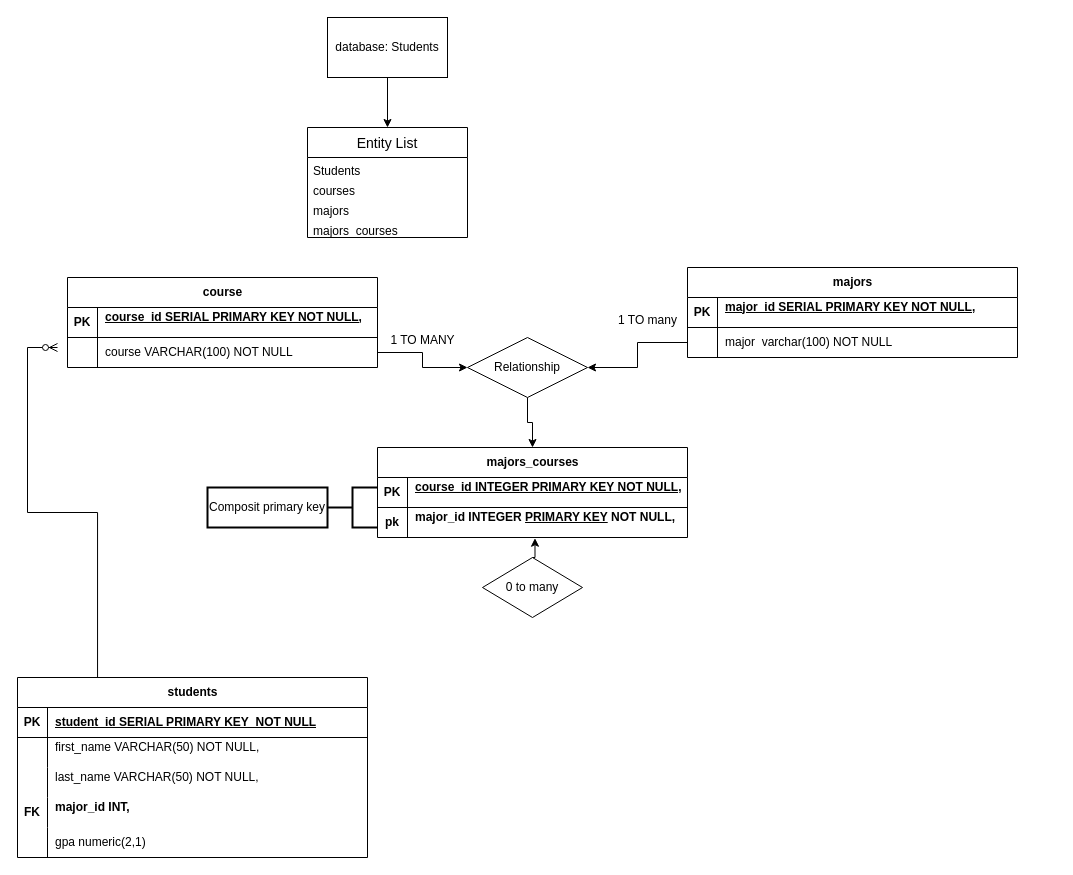
Earlier version of the draw.io diagram sqlDatabaseP1&P2/Untitled Diagram.drawio (zishan344/free_code_camp_relitonal_database). Source tidied: cells renumbered, new cells numbered last; positions are measured from the earlier drawing's top-left corner, leaving out a move shared by most shapes. Both pictures are drawn from the tidied source at 100%, with x=0, y=0 at pixel (17, 17).
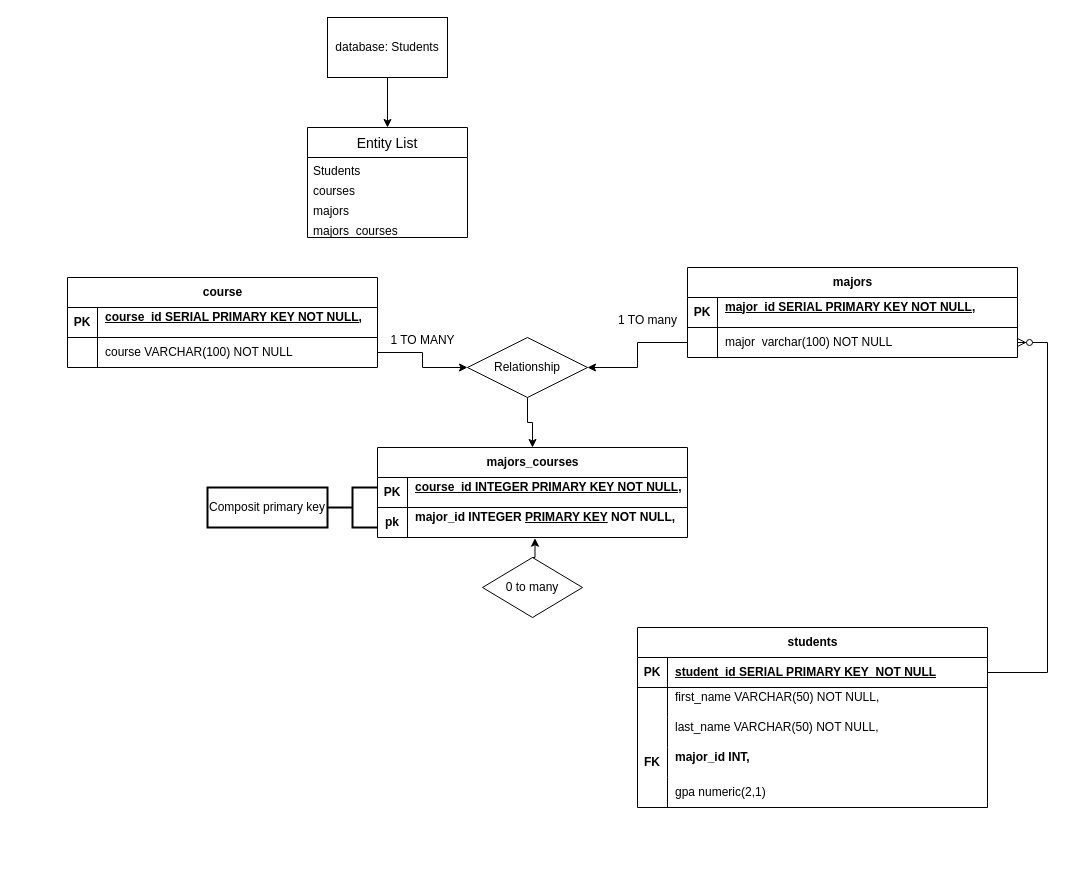
After the change.

Commit message:
upgrade student to majors relitons

The change refers to these unchanged cells:
```xml
<mxCell id="10" style="shape=tableRow;horizontal=0;startSize=0;swimlaneHead=0;swimlaneBody=0;fillColor=none;points=[[0,0.5],[1,0.5]];portConstraint=eastwest;top=0;left=0;right=0;bottom=1;" parent="9" vertex="1">
  <mxGeometry y="30" width="350" height="30" as="geometry" />
</mxCell>
<mxCell id="37" style="shape=tableRow;horizontal=0;startSize=0;swimlaneHead=0;swimlaneBody=0;fillColor=none;points=[[0,0.5],[1,0.5]];portConstraint=eastwest;top=0;left=0;right=0;bottom=0;" parent="33" vertex="1">
  <mxGeometry y="60" width="330" height="30" as="geometry" />
</mxCell>
```

The edit, as a diff of the source:
```diff
@@
     <mxCell id="9" value="students" style="shape=table;startSize=30;childLayout=tableLayout;rowLines=0;fontStyle=1;align=center;html=1;" parent="1" vertex="1">
-      <mxGeometry y="660" width="350" height="180" as="geometry" />
+      <mxGeometry x="620" y="610" width="350" height="180" as="geometry" />
     </mxCell>
@@
-    <mxCell id="58" style="edgeStyle=entityRelationEdgeStyle;fontSize=12;html=1;endArrow=ERzeroToMany;endFill=1;rounded=0;exitX=0.143;exitY=0;exitDx=0;exitDy=0;exitPerimeter=0;" parent="1" edge="1" source="9">
+    <mxCell id="58" style="edgeStyle=entityRelationEdgeStyle;fontSize=12;html=1;endArrow=ERzeroToMany;endFill=1;rounded=0;" parent="1" edge="1" source="10" target="37">
       <mxGeometry relative="1" as="geometry">
-        <mxPoint x="40" y="330" as="targetPoint" />
         <Array as="points">
-          <mxPoint x="80" y="650" />
-          <mxPoint x="170" y="600" />
-          <mxPoint x="170" y="580" />
+          <mxPoint x="976.3" y="697.5" />
+          <mxPoint x="1066.3" y="647.5" />
+          <mxPoint x="1066.3" y="627.5" />
+          <mxPoint x="916.3" y="497.5" />
+          <mxPoint x="840" y="360" />
+          <mxPoint x="900" y="360" />
+          <mxPoint x="950" y="350" />
+          <mxPoint x="896.3" y="497.5" />
+          <mxPoint x="806.3" y="357.5" />
         </Array>
       </mxGeometry>
     </mxCell>
```
